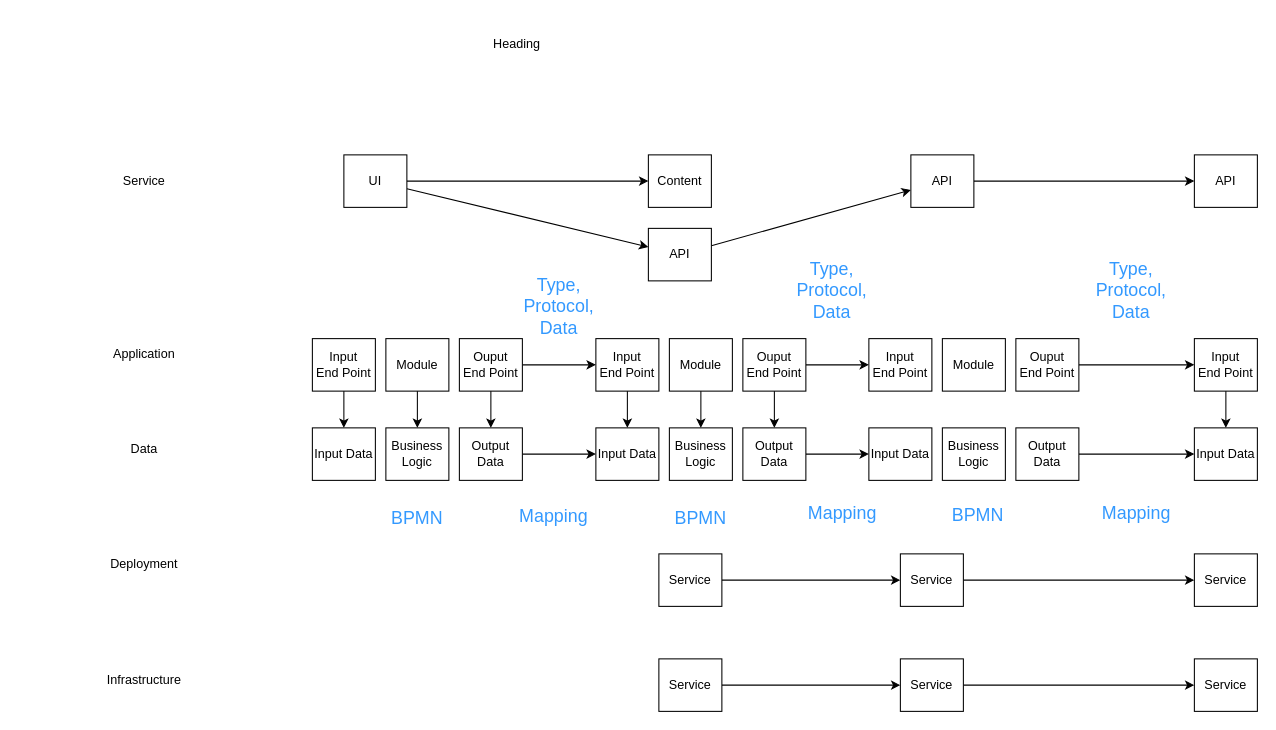
Before: _gxp/diagrams/Data-Modeling-Tech-Overview.drawio in governance-foundation/governance.foundation, a draw.io diagram. Source tidied: cells renumbered, new cells numbered last; positions are measured from the earlier drawing's top-left corner, leaving out a move shared by most shapes. Both pictures are drawn from the tidied source at 105%, with x=0, y=0 at pixel (18, 18).
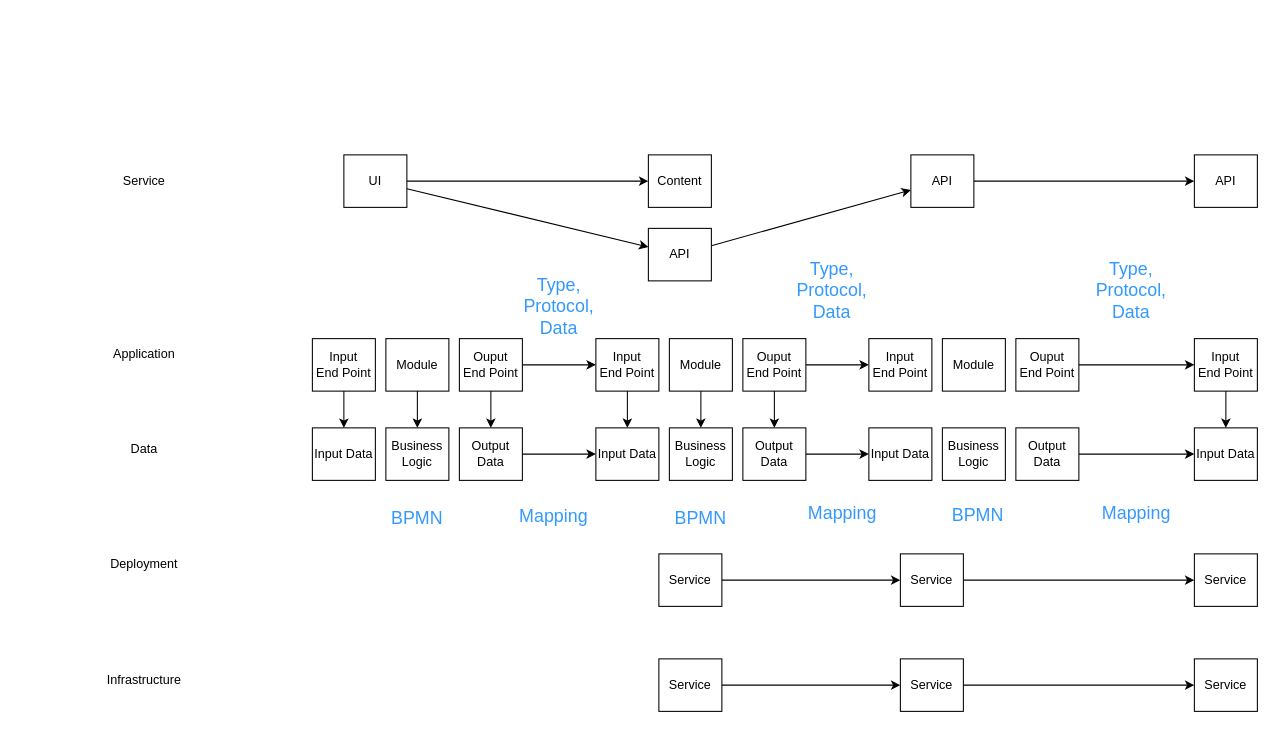
Above is the later version.

The edit, as a diff of the source:
```diff
@@
-    <mxCell id="68" value="Heading" style="text;html=1;strokeColor=none;fillColor=none;align=center;verticalAlign=middle;whiteSpace=wrap;rounded=0;" parent="1" vertex="1">
-      <mxGeometry x="360" width="230" height="50" as="geometry" />
-    </mxCell>
```
